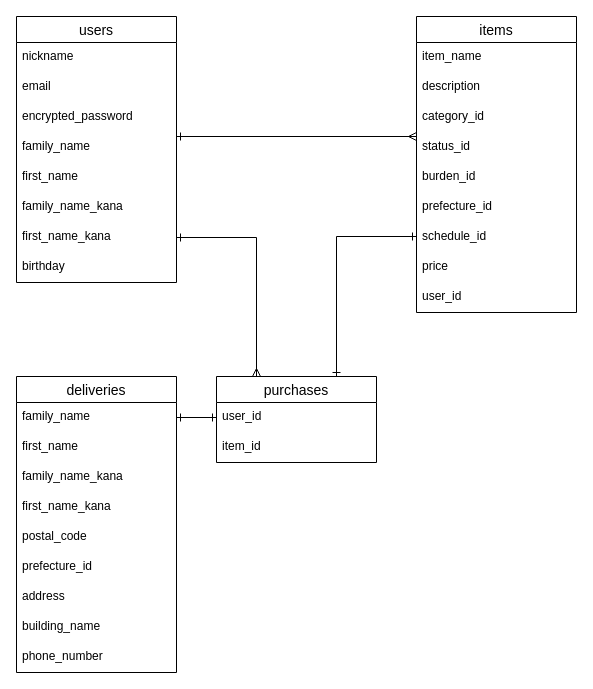
Earlier version of the draw.io diagram ER.dio (pekojoe/furima-35924). Source tidied: cells renumbered, new cells numbered last; positions are measured from the earlier drawing's top-left corner, leaving out a move shared by most shapes. Both pictures are drawn from the tidied source at 100%, with x=0, y=0 at pixel (16, 16).
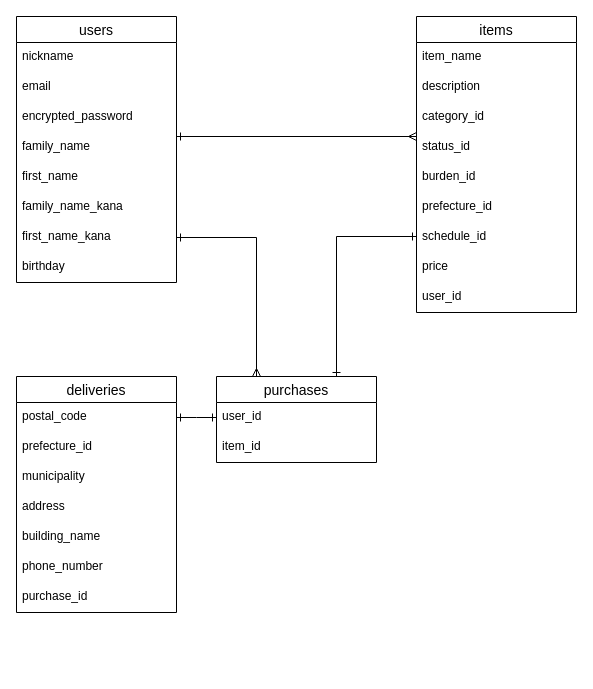
The same diagram, later.

Commit message (it also covers changes not shown here):
データベース設計の修正

Unchanged cells that the change refers to:
```xml
<mxCell id="9" value="first_name_kana" style="text;strokeColor=none;fillColor=none;spacingLeft=4;spacingRight=4;overflow=hidden;points=[[0,0.5],[1,0.5]];portConstraint=eastwest;fontSize=12;" parent="2" vertex="1">
  <mxGeometry y="206" width="160" height="30" as="geometry" />
</mxCell>
<mxCell id="33" value="purchases" style="swimlane;fontStyle=0;horizontal=1;startSize=26;align=center;fontSize=14;" parent="1" vertex="1">
  <mxGeometry x="200" y="360" width="160" height="86" as="geometry" />
</mxCell>
<mxCell id="34" value="user_id" style="text;strokeColor=none;fillColor=none;spacingLeft=4;spacingRight=4;overflow=hidden;points=[[0,0.5],[1,0.5]];portConstraint=eastwest;fontSize=12;" parent="33" vertex="1">
  <mxGeometry y="26" width="160" height="30" as="geometry" />
</mxCell>
```

The edit, as a diff of the source:
```diff
@@
     <mxCell id="21" value="deliveries" style="swimlane;fontStyle=0;horizontal=1;startSize=26;align=center;fontSize=14;" parent="1" vertex="1">
-      <mxGeometry y="360" width="160" height="296" as="geometry" />
+      <mxGeometry y="360" width="160" height="236" as="geometry" />
     </mxCell>
-    <mxCell id="22" value="family_name" style="text;strokeColor=none;fillColor=none;spacingLeft=4;spacingRight=4;overflow=hidden;points=[[0,0.5],[1,0.5]];portConstraint=eastwest;fontSize=12;" parent="21" vertex="1">
-      <mxGeometry y="26" width="160" height="30" as="geometry" />
-    </mxCell>
-    <mxCell id="23" value="first_name" style="text;strokeColor=none;fillColor=none;spacingLeft=4;spacingRight=4;overflow=hidden;fontSize=12;" parent="21" vertex="1">
-      <mxGeometry y="56" width="160" height="30" as="geometry" />
-    </mxCell>
-    <mxCell id="24" value="family_name_kana" style="text;strokeColor=none;fillColor=none;spacingLeft=4;spacingRight=4;overflow=hidden;fontSize=12;" parent="21" vertex="1">
-      <mxGeometry y="86" width="160" height="30" as="geometry" />
-    </mxCell>
-    <mxCell id="25" value="first_name_kana" style="text;strokeColor=none;fillColor=none;spacingLeft=4;spacingRight=4;overflow=hidden;fontSize=12;" parent="21" vertex="1">
-      <mxGeometry y="116" width="160" height="30" as="geometry" />
-    </mxCell>
     <mxCell id="26" value="postal_code" style="text;strokeColor=none;fillColor=none;spacingLeft=4;spacingRight=4;overflow=hidden;fontSize=12;" parent="21" vertex="1">
-      <mxGeometry y="146" width="160" height="30" as="geometry" />
+      <mxGeometry y="26" width="160" height="30" as="geometry" />
     </mxCell>
     <mxCell id="27" value="prefecture_id" style="text;strokeColor=none;fillColor=none;spacingLeft=4;spacingRight=4;overflow=hidden;fontSize=12;" parent="21" vertex="1">
-      <mxGeometry y="176" width="160" height="30" as="geometry" />
+      <mxGeometry y="56" width="160" height="30" as="geometry" />
     </mxCell>
+    <mxCell id="38" value="municipality" style="text;strokeColor=none;fillColor=none;spacingLeft=4;spacingRight=4;overflow=hidden;fontSize=12;" parent="21" vertex="1">
+      <mxGeometry y="86" width="160" height="30" as="geometry" />
+    </mxCell>
     <mxCell id="28" value="address" style="text;strokeColor=none;fillColor=none;spacingLeft=4;spacingRight=4;overflow=hidden;fontSize=12;" parent="21" vertex="1">
-      <mxGeometry y="206" width="160" height="30" as="geometry" />
+      <mxGeometry y="116" width="160" height="30" as="geometry" />
     </mxCell>
     <mxCell id="29" value="building_name" style="text;strokeColor=none;fillColor=none;spacingLeft=4;spacingRight=4;overflow=hidden;fontSize=12;" parent="21" vertex="1">
-      <mxGeometry y="236" width="160" height="30" as="geometry" />
+      <mxGeometry y="146" width="160" height="30" as="geometry" />
     </mxCell>
+    <mxCell id="39" value="phone_number" style="text;strokeColor=none;fillColor=none;spacingLeft=4;spacingRight=4;overflow=hidden;fontSize=12;" parent="21" vertex="1">
+      <mxGeometry y="176" width="160" height="30" as="geometry" />
+    </mxCell>
-    <mxCell id="30" value="phone_number" style="text;strokeColor=none;fillColor=none;spacingLeft=4;spacingRight=4;overflow=hidden;fontSize=12;" parent="21" vertex="1">
-      <mxGeometry y="266" width="160" height="30" as="geometry" />
+    <mxCell id="30" value="purchase_id" style="text;strokeColor=none;fillColor=none;spacingLeft=4;spacingRight=4;overflow=hidden;fontSize=12;" parent="21" vertex="1">
+      <mxGeometry y="206" width="160" height="30" as="geometry" />
     </mxCell>
@@
     <mxCell id="36" style="edgeStyle=orthogonalEdgeStyle;rounded=0;jettySize=auto;html=1;exitX=1;exitY=0.5;exitDx=0;exitDy=0;entryX=0.25;entryY=0;entryDx=0;entryDy=0;startArrow=ERone;startFill=0;endArrow=ERmany;endFill=0;" parent="1" edge="1" source="9" target="33">
-      <mxGeometry relative="1" as="geometry" />
+      <mxGeometry relative="1" as="geometry">
+        <Array as="points">
+          <mxPoint x="240" y="221" />
+        </Array>
+      </mxGeometry>
     </mxCell>
-    <mxCell id="37" style="edgeStyle=orthogonalEdgeStyle;rounded=0;jettySize=auto;html=1;exitX=0;exitY=0.5;exitDx=0;exitDy=0;entryX=1;entryY=0.5;entryDx=0;entryDy=0;startArrow=ERone;startFill=0;endArrow=ERone;endFill=0;" parent="1" edge="1" source="34" target="22">
-      <mxGeometry relative="1" as="geometry" />
+    <mxCell id="37" style="edgeStyle=orthogonalEdgeStyle;rounded=0;jettySize=auto;html=1;exitX=0;exitY=0.5;exitDx=0;exitDy=0;entryX=1;entryY=0.5;entryDx=0;entryDy=0;startArrow=ERone;startFill=0;endArrow=ERone;endFill=0;" parent="1" edge="1" source="34">
+      <mxGeometry relative="1" as="geometry">
+        <mxPoint x="160" y="401" as="targetPoint" />
+      </mxGeometry>
     </mxCell>
```
